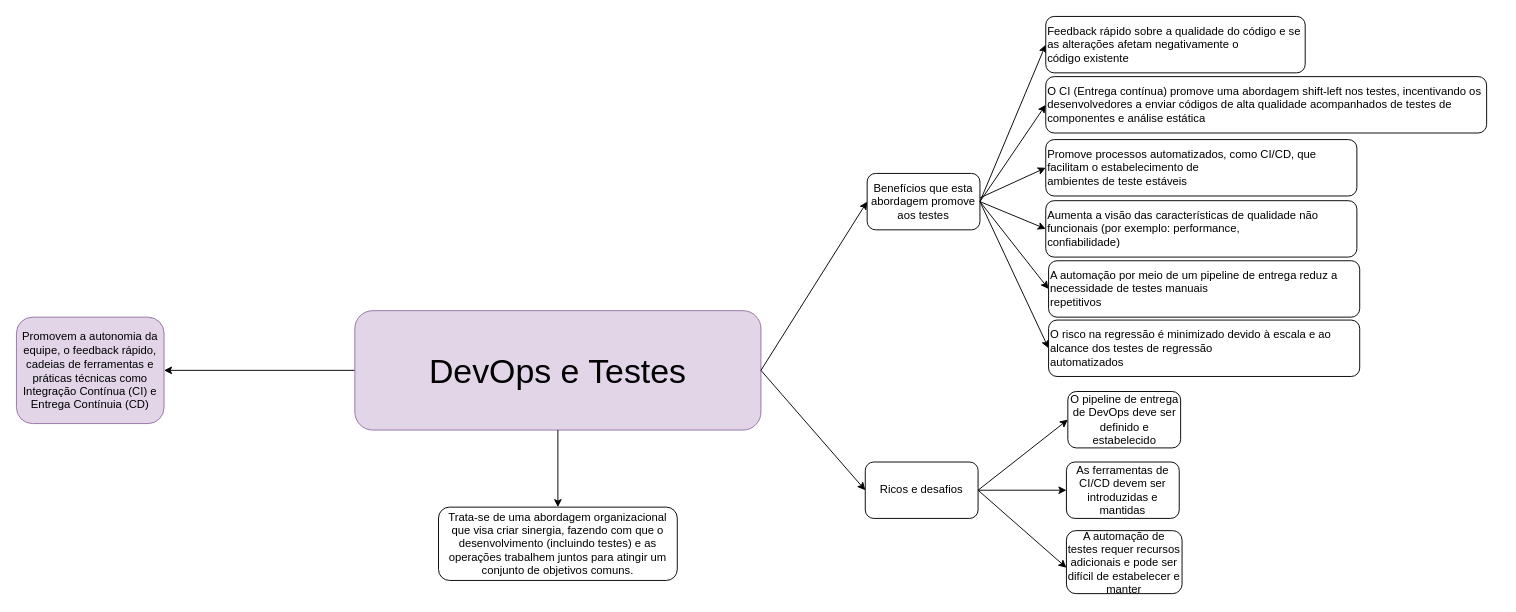
Before: page "Subtopico2.1.4" (5 of 7) of capitulo2.drawio in Natalirodriguess/estudos, a draw.io diagram. Source tidied: cells renumbered, new cells numbered last; positions are measured from the earlier drawing's top-left corner, leaving out a move shared by most shapes. Both pictures are drawn from the tidied source at 94%, with x=0, y=0 at pixel (16, 16).
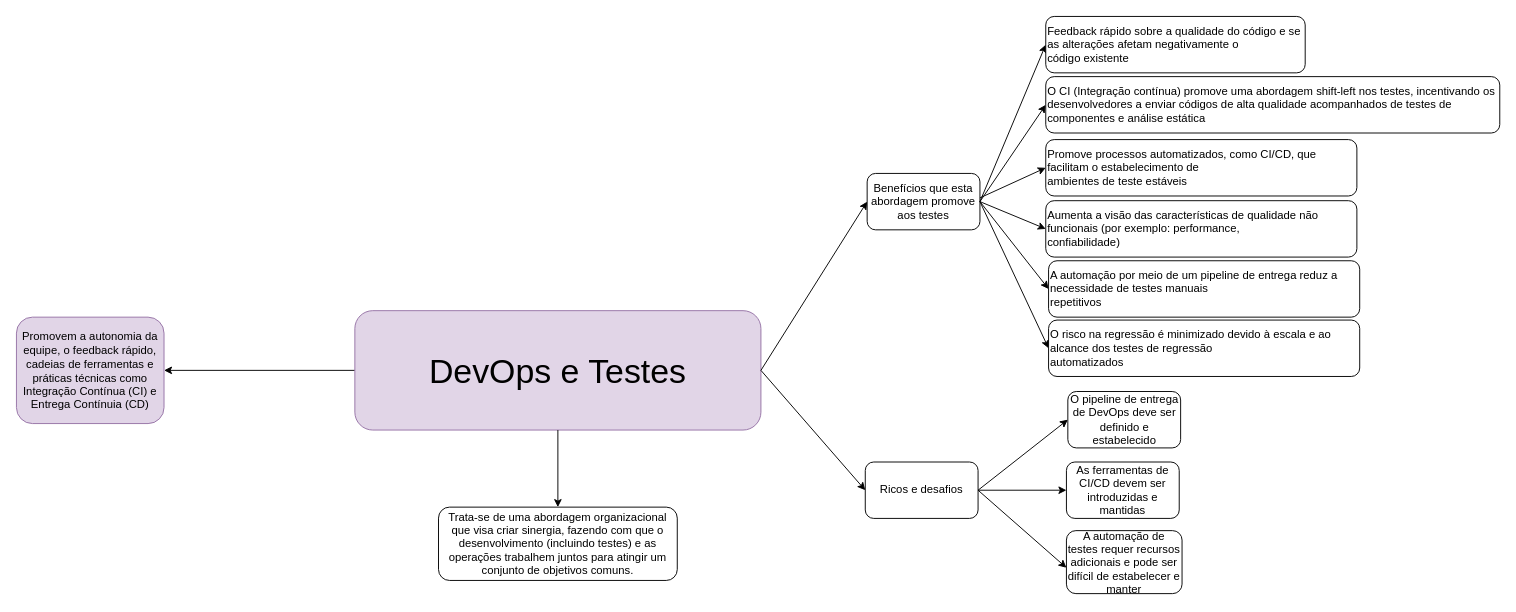
The same diagram, later.

What changed in the source:
```diff
@@
-    <mxCell id="24" value="O CI (Entrega contínua) promove uma abordagem shift-left nos testes, incentivando os &lt;br&gt;desenvolvedores a enviar códigos de alta qualidade acompanhados de testes de &lt;br&gt;componentes e análise estática" style="rounded=1;whiteSpace=wrap;html=1;align=left;" parent="1" vertex="1">
-      <mxGeometry x="1095" y="64" width="469" height="60" as="geometry" />
+    <mxCell id="24" value="O CI (Integração contínua) promove uma abordagem shift-left nos testes, incentivando os &lt;br&gt;desenvolvedores a enviar códigos de alta qualidade acompanhados de testes de &lt;br&gt;componentes e análise estática" style="rounded=1;whiteSpace=wrap;html=1;align=left;" parent="1" vertex="1">
+      <mxGeometry x="1095" y="64" width="483" height="60" as="geometry" />
     </mxCell>
```
